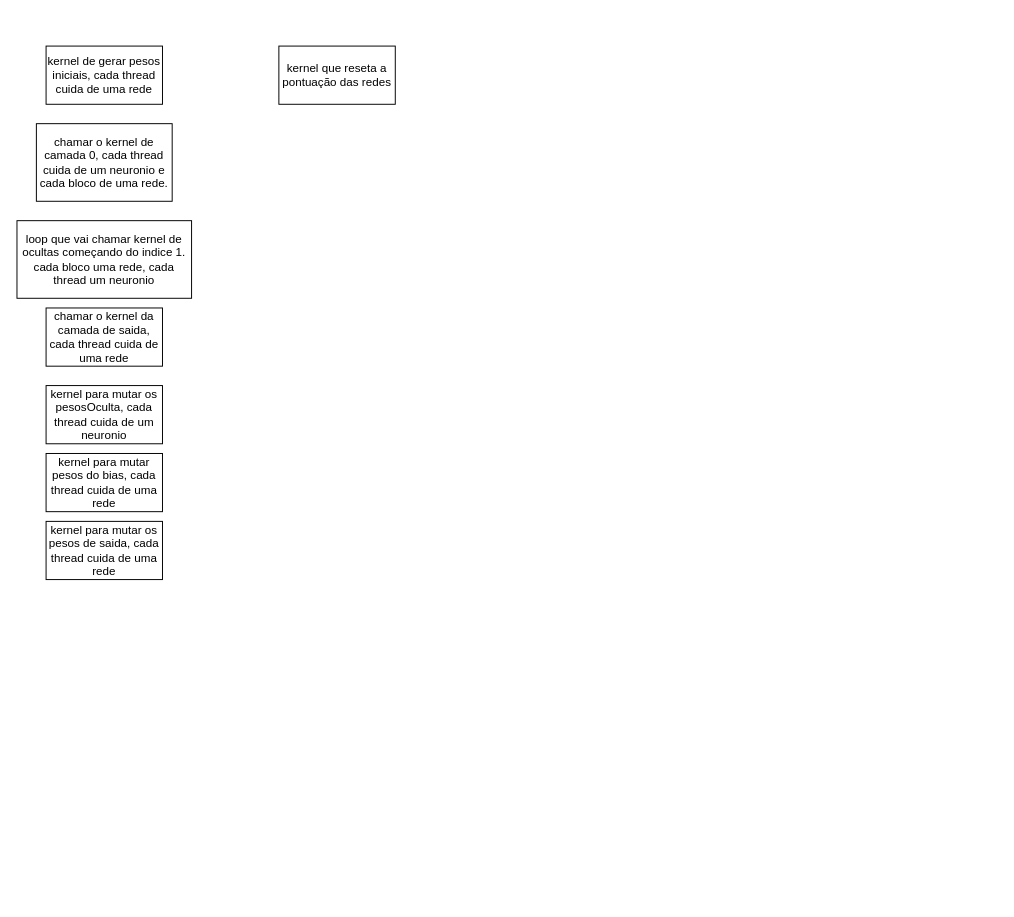
This is arquitetura.drawio from DarkPimbaa/TreinamentoRedeNeural, a draw.io file, before an edit. Source tidied: cells renumbered, new cells numbered last; positions are measured from the earlier drawing's top-left corner, leaving out a move shared by most shapes. Both pictures are drawn from the tidied source at 97%, with x=0, y=0 at pixel (16, 46).
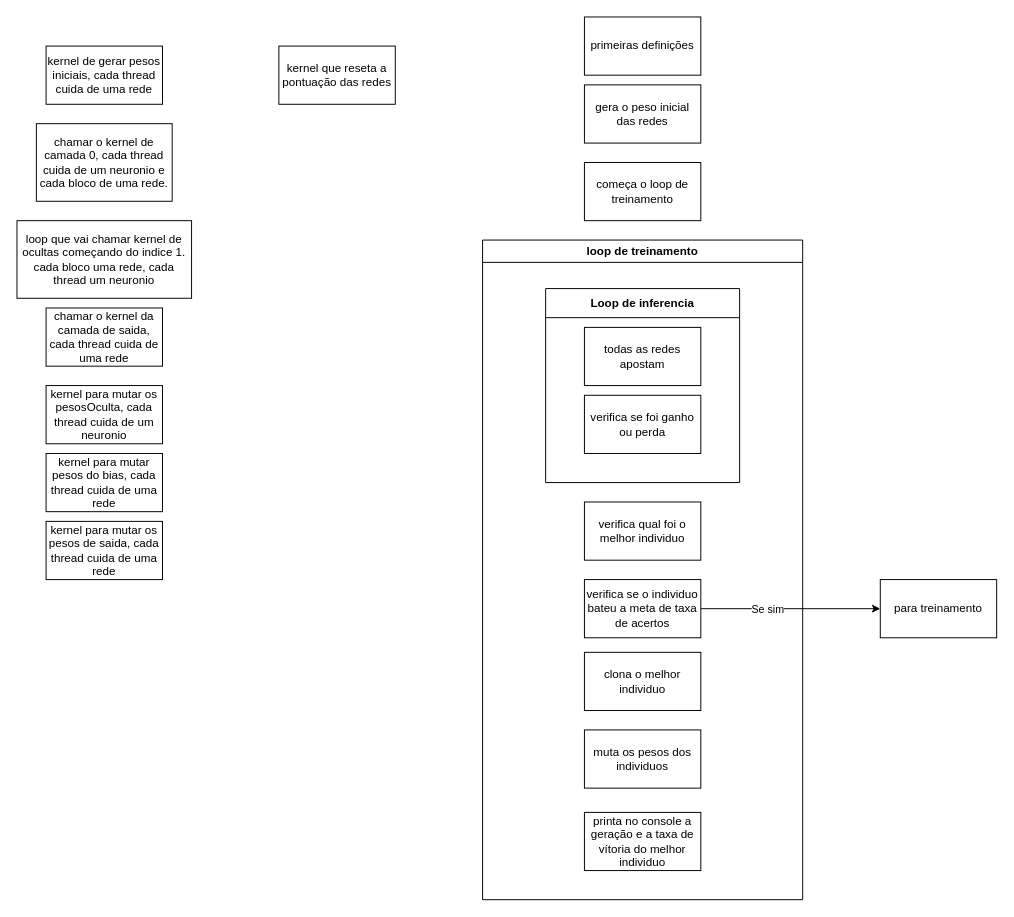
The same diagram, later.

Diff of the diagram source:
```diff
@@
+    <mxCell id="10" value="primeiras definições" style="whiteSpace=wrap;html=1;" parent="1" vertex="1">
+      <mxGeometry x="585" y="-30" width="120" height="60" as="geometry" />
+    </mxCell>
+    <mxCell id="11" value="gera o peso inicial das redes" style="whiteSpace=wrap;html=1;" parent="1" vertex="1">
+      <mxGeometry x="585" y="40" width="120" height="60" as="geometry" />
+    </mxCell>
+    <mxCell id="12" value="começa o loop de treinamento" style="whiteSpace=wrap;html=1;" parent="1" vertex="1">
+      <mxGeometry x="585" y="120" width="120" height="60" as="geometry" />
+    </mxCell>
+    <mxCell id="13" value="loop de treinamento" style="swimlane;whiteSpace=wrap;html=1;" parent="1" vertex="1">
+      <mxGeometry x="480" y="200" width="330" height="680" as="geometry" />
+    </mxCell>
+    <mxCell id="14" value="Loop de inferencia" style="swimlane;whiteSpace=wrap;html=1;startSize=30;" parent="13" vertex="1">
+      <mxGeometry x="65" y="50" width="200" height="200" as="geometry" />
+    </mxCell>
+    <mxCell id="15" value="todas as redes apostam" style="whiteSpace=wrap;html=1;" parent="14" vertex="1">
+      <mxGeometry x="40" y="40" width="120" height="60" as="geometry" />
+    </mxCell>
+    <mxCell id="16" value="verifica se foi ganho ou perda" style="whiteSpace=wrap;html=1;" parent="14" vertex="1">
+      <mxGeometry x="40" y="110" width="120" height="60" as="geometry" />
+    </mxCell>
+    <mxCell id="17" value="verifica qual foi o melhor individuo" style="whiteSpace=wrap;html=1;" parent="13" vertex="1">
+      <mxGeometry x="105" y="270" width="120" height="60" as="geometry" />
+    </mxCell>
+    <mxCell id="18" value="clona o melhor individuo" style="whiteSpace=wrap;html=1;" parent="13" vertex="1">
+      <mxGeometry x="105" y="425" width="120" height="60" as="geometry" />
+    </mxCell>
+    <mxCell id="19" value="muta os pesos dos individuos" style="whiteSpace=wrap;html=1;" parent="13" vertex="1">
+      <mxGeometry x="105" y="505" width="120" height="60" as="geometry" />
+    </mxCell>
+    <mxCell id="20" value="verifica se o individuo bateu a meta de taxa de acertos" style="whiteSpace=wrap;html=1;" parent="13" vertex="1">
+      <mxGeometry x="105" y="350" width="120" height="60" as="geometry" />
+    </mxCell>
+    <mxCell id="21" value="printa no console a geração e a taxa de vítoria do melhor individuo" style="whiteSpace=wrap;html=1;" parent="13" vertex="1">
+      <mxGeometry x="105" y="590" width="120" height="60" as="geometry" />
+    </mxCell>
+    <mxCell id="22" value="para treinamento" style="whiteSpace=wrap;html=1;" parent="1" vertex="1">
+      <mxGeometry x="890" y="550" width="120" height="60" as="geometry" />
+    </mxCell>
+    <mxCell id="23" style="edgeStyle=orthogonalEdgeStyle;rounded=0;jettySize=auto;html=1;exitX=1;exitY=0.5;exitDx=0;exitDy=0;entryX=0;entryY=0.5;entryDx=0;entryDy=0;" parent="1" edge="1" source="20" target="22">
+      <mxGeometry relative="1" as="geometry" />
+    </mxCell>
+    <mxCell id="24" value="Se sim" style="edgeLabel;html=1;align=center;verticalAlign=middle;" parent="23" vertex="1">
+      <mxGeometry x="-0.27" relative="1" as="geometry" />
+    </mxCell>
```
